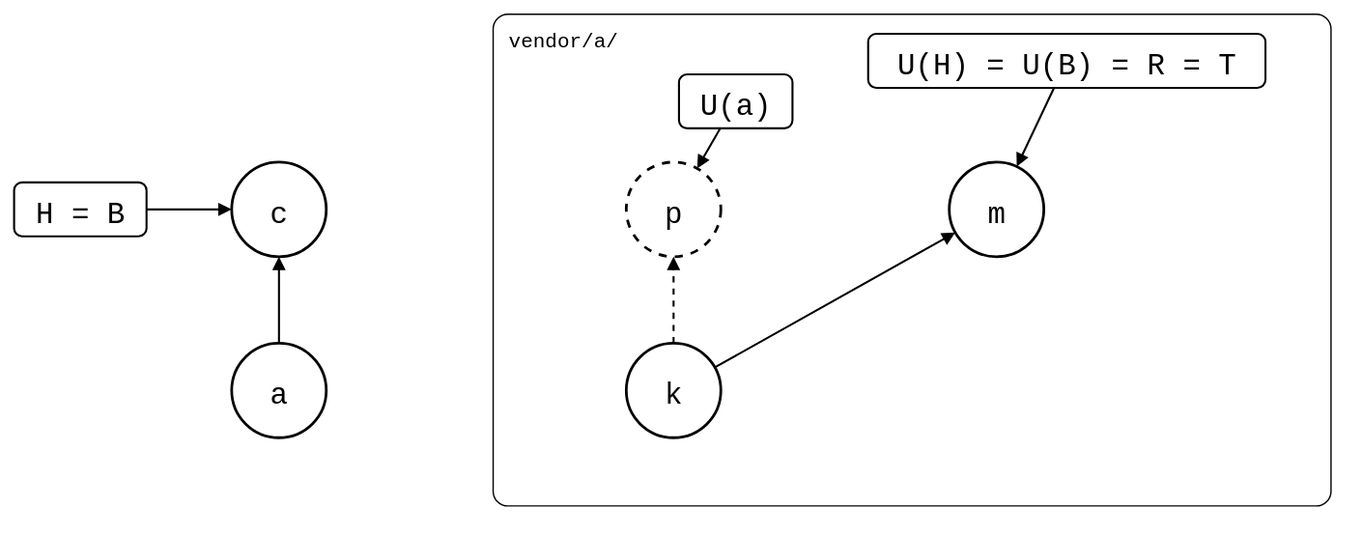
Above: test/scenarios/06-rewritten-history/04-patch-branch-rebased/02-squash-merged/pulled-on-main.drawio.svg in roschaefer/git-splice (draw.io), before the change. Source tidied: cells renumbered, new cells last; positions are measured from the earlier drawing's top-left corner, leaving out a move shared by most shapes. The source it was exported from:
```xml
<mxGraphModel background="#ffffff">
  <root>
    <mxCell id="0" />
    <mxCell id="1" parent="0" />
    <mxCell id="2" value="vendor/a/" style="rounded=1;arcSize=3;fillColor=none;strokeWidth=1;fontSize=15;verticalAlign=top;align=left;spacingLeft=10;spacingTop=4;fontFamily=Roboto Mono,monospace;" parent="1" vertex="1">
      <mxGeometry x="354" width="620" height="364" as="geometry" />
    </mxCell>
    <mxCell id="3" value="a" style="ellipse;strokeWidth=2;fontSize=22;fontFamily=Roboto Mono,monospace;" parent="1" vertex="1">
      <mxGeometry x="161" y="244" width="70" height="70" as="geometry" />
    </mxCell>
    <mxCell id="4" value="c" style="ellipse;strokeWidth=2;fontSize=22;fontFamily=Roboto Mono,monospace;" parent="1" vertex="1">
      <mxGeometry x="161" y="110" width="70" height="70" as="geometry" />
    </mxCell>
    <mxCell id="5" value="k" style="ellipse;strokeWidth=2;fontSize=22;fontFamily=Roboto Mono,monospace;" parent="1" vertex="1">
      <mxGeometry x="453" y="244" width="70" height="70" as="geometry" />
    </mxCell>
    <mxCell id="6" value="p" style="ellipse;strokeWidth=2;fontSize=22;fontFamily=Roboto Mono,monospace;dashed=1;" parent="1" vertex="1">
      <mxGeometry x="453" y="110" width="70" height="70" as="geometry" />
    </mxCell>
    <mxCell id="7" value="m" style="ellipse;strokeWidth=2;fontSize=22;fontFamily=Roboto Mono,monospace;" parent="1" vertex="1">
      <mxGeometry x="692" y="110" width="70" height="70" as="geometry" />
    </mxCell>
    <mxCell id="8" value="H = B" style="rounded=1;strokeWidth=1.5;fontSize=22;fontFamily=Roboto Mono,monospace;" parent="1" vertex="1">
      <mxGeometry y="125" width="98" height="40" as="geometry" />
    </mxCell>
    <mxCell id="9" value="U(a)" style="rounded=1;strokeWidth=1.5;fontSize=22;fontFamily=Roboto Mono,monospace;" parent="1" vertex="1">
      <mxGeometry x="492" y="45" width="84" height="40" as="geometry" />
    </mxCell>
    <mxCell id="10" value="U(H) = U(B) = R = T" style="rounded=1;strokeWidth=1.5;fontSize=22;fontFamily=Roboto Mono,monospace;" parent="1" vertex="1">
      <mxGeometry x="632" y="15" width="294" height="40" as="geometry" />
    </mxCell>
    <mxCell id="11" style="endArrow=block;endFill=1;html=1;strokeWidth=1.5;rounded=0;" parent="1" edge="1" source="3" target="4">
      <mxGeometry relative="1" as="geometry" />
    </mxCell>
    <mxCell id="12" style="endArrow=block;endFill=1;html=1;strokeWidth=1.5;rounded=0;dashed=1;" parent="1" edge="1" source="5" target="6">
      <mxGeometry relative="1" as="geometry" />
    </mxCell>
    <mxCell id="13" style="endArrow=block;endFill=1;html=1;strokeWidth=1.5;rounded=0;" parent="1" edge="1" source="5" target="7">
      <mxGeometry relative="1" as="geometry" />
    </mxCell>
    <mxCell id="14" style="endArrow=block;endFill=1;html=1;strokeWidth=1.5;rounded=0;" parent="1" edge="1" source="8" target="4">
      <mxGeometry relative="1" as="geometry" />
    </mxCell>
    <mxCell id="15" style="endArrow=block;endFill=1;html=1;strokeWidth=1.5;rounded=0;" parent="1" edge="1" source="9" target="6">
      <mxGeometry relative="1" as="geometry" />
    </mxCell>
    <mxCell id="16" style="endArrow=block;endFill=1;html=1;strokeWidth=1.5;rounded=0;" parent="1" edge="1" source="10" target="7">
      <mxGeometry relative="1" as="geometry" />
    </mxCell>
  </root>
</mxGraphModel>
```
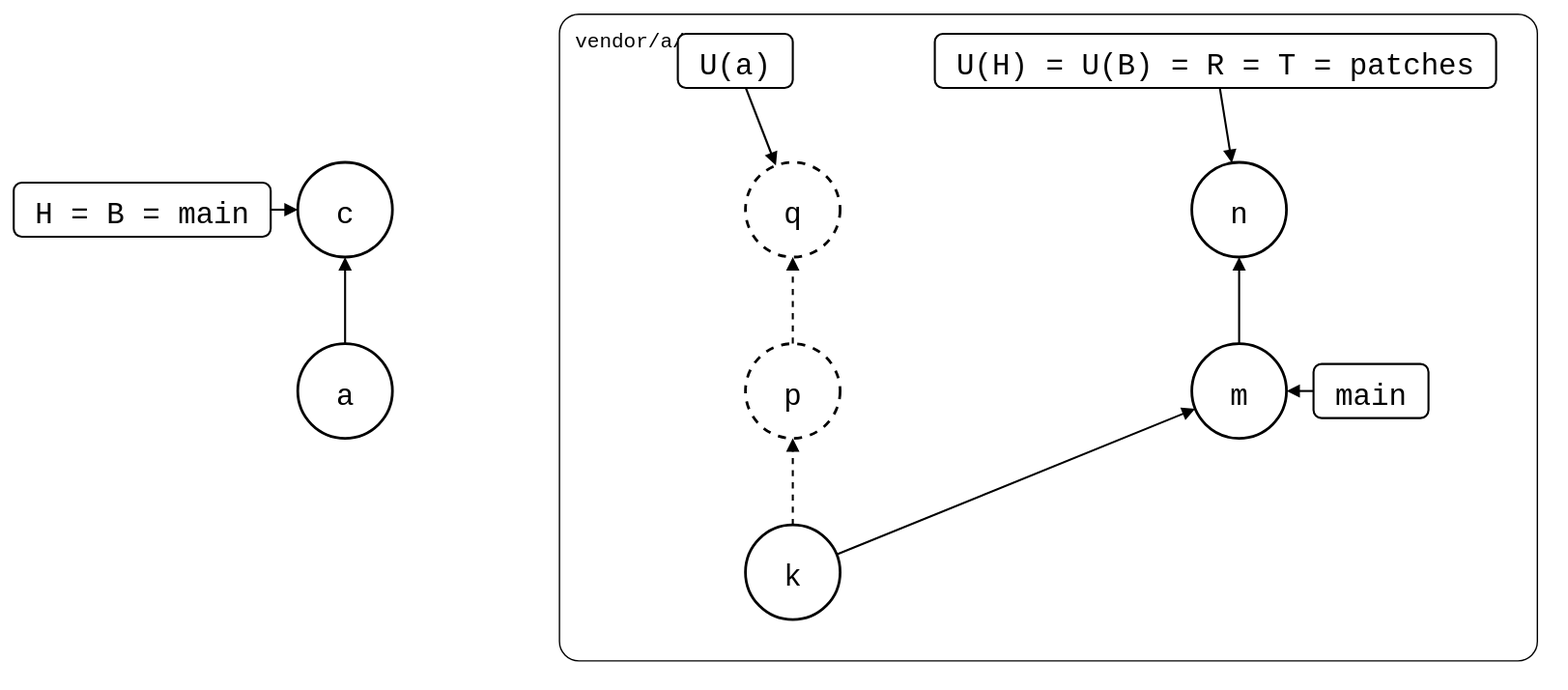
The same diagram one commit later.

Commit message:
test(scenarios): rebase a patch branch with two patches, branches named

Change to the diagram source:
```diff
@@ -3,49 +3,67 @@
     <mxCell id="0" />
     <mxCell id="1" parent="0" />
     <mxCell id="2" value="vendor/a/" style="rounded=1;arcSize=3;fillColor=none;strokeWidth=1;fontSize=15;verticalAlign=top;align=left;spacingLeft=10;spacingTop=4;fontFamily=Roboto Mono,monospace;" parent="1" vertex="1">
-      <mxGeometry x="354" width="620" height="364" as="geometry" />
+      <mxGeometry x="354" width="723" height="478" as="geometry" />
     </mxCell>
+    <mxCell id="5" value="k" style="ellipse;strokeWidth=2;fontSize=22;fontFamily=Roboto Mono,monospace;" parent="1" vertex="1">
+      <mxGeometry x="492" y="378" width="70" height="70" as="geometry" />
+    </mxCell>
+    <mxCell id="6" value="p" style="ellipse;strokeWidth=2;fontSize=22;fontFamily=Roboto Mono,monospace;dashed=1;" parent="1" vertex="1">
+      <mxGeometry x="492" y="244" width="70" height="70" as="geometry" />
+    </mxCell>
+    <mxCell id="17" value="q" style="ellipse;strokeWidth=2;fontSize=22;fontFamily=Roboto Mono,monospace;dashed=1;" parent="1" vertex="1">
+      <mxGeometry x="492" y="110" width="70" height="70" as="geometry" />
+    </mxCell>
+    <mxCell id="7" value="m" style="ellipse;strokeWidth=2;fontSize=22;fontFamily=Roboto Mono,monospace;" parent="1" vertex="1">
+      <mxGeometry x="822" y="244" width="70" height="70" as="geometry" />
+    </mxCell>
+    <mxCell id="18" value="n" style="ellipse;strokeWidth=2;fontSize=22;fontFamily=Roboto Mono,monospace;" parent="1" vertex="1">
+      <mxGeometry x="822" y="110" width="70" height="70" as="geometry" />
+    </mxCell>
     <mxCell id="3" value="a" style="ellipse;strokeWidth=2;fontSize=22;fontFamily=Roboto Mono,monospace;" parent="1" vertex="1">
       <mxGeometry x="161" y="244" width="70" height="70" as="geometry" />
     </mxCell>
     <mxCell id="4" value="c" style="ellipse;strokeWidth=2;fontSize=22;fontFamily=Roboto Mono,monospace;" parent="1" vertex="1">
       <mxGeometry x="161" y="110" width="70" height="70" as="geometry" />
     </mxCell>
-    <mxCell id="5" value="k" style="ellipse;strokeWidth=2;fontSize=22;fontFamily=Roboto Mono,monospace;" parent="1" vertex="1">
-      <mxGeometry x="453" y="244" width="70" height="70" as="geometry" />
-    </mxCell>
-    <mxCell id="6" value="p" style="ellipse;strokeWidth=2;fontSize=22;fontFamily=Roboto Mono,monospace;dashed=1;" parent="1" vertex="1">
-      <mxGeometry x="453" y="110" width="70" height="70" as="geometry" />
-    </mxCell>
-    <mxCell id="7" value="m" style="ellipse;strokeWidth=2;fontSize=22;fontFamily=Roboto Mono,monospace;" parent="1" vertex="1">
-      <mxGeometry x="692" y="110" width="70" height="70" as="geometry" />
-    </mxCell>
-    <mxCell id="8" value="H = B" style="rounded=1;strokeWidth=1.5;fontSize=22;fontFamily=Roboto Mono,monospace;" parent="1" vertex="1">
-      <mxGeometry y="125" width="98" height="40" as="geometry" />
+    <mxCell id="8" value="H = B = main" style="rounded=1;strokeWidth=1.5;fontSize=22;fontFamily=Roboto Mono,monospace;" parent="1" vertex="1">
+      <mxGeometry x="-49" y="125" width="190" height="40" as="geometry" />
     </mxCell>
     <mxCell id="9" value="U(a)" style="rounded=1;strokeWidth=1.5;fontSize=22;fontFamily=Roboto Mono,monospace;" parent="1" vertex="1">
-      <mxGeometry x="492" y="45" width="84" height="40" as="geometry" />
+      <mxGeometry x="442" y="15" width="85" height="40" as="geometry" />
     </mxCell>
-    <mxCell id="10" value="U(H) = U(B) = R = T" style="rounded=1;strokeWidth=1.5;fontSize=22;fontFamily=Roboto Mono,monospace;" parent="1" vertex="1">
-      <mxGeometry x="632" y="15" width="294" height="40" as="geometry" />
+    <mxCell id="10" value="U(H) = U(B) = R = T = patches" style="rounded=1;strokeWidth=1.5;fontSize=22;fontFamily=Roboto Mono,monospace;" parent="1" vertex="1">
+      <mxGeometry x="632" y="15" width="415" height="40" as="geometry" />
     </mxCell>
+    <mxCell id="19" value="main" style="rounded=1;strokeWidth=1.5;fontSize=22;fontFamily=Roboto Mono,monospace;" parent="1" vertex="1">
+      <mxGeometry x="912" y="259" width="85" height="40" as="geometry" />
+    </mxCell>
-    <mxCell id="11" style="endArrow=block;endFill=1;html=1;strokeWidth=1.5;rounded=0;" parent="1" edge="1" source="3" target="4">
+    <mxCell id="11" style="endArrow=block;endFill=1;html=1;strokeWidth=1.5;rounded=0;dashed=1;" parent="1" edge="1" source="5" target="6">
       <mxGeometry relative="1" as="geometry" />
     </mxCell>
-    <mxCell id="12" style="endArrow=block;endFill=1;html=1;strokeWidth=1.5;rounded=0;dashed=1;" parent="1" edge="1" source="5" target="6">
+    <mxCell id="12" style="endArrow=block;endFill=1;html=1;strokeWidth=1.5;rounded=0;dashed=1;" parent="1" edge="1" source="6" target="17">
       <mxGeometry relative="1" as="geometry" />
     </mxCell>
     <mxCell id="13" style="endArrow=block;endFill=1;html=1;strokeWidth=1.5;rounded=0;" parent="1" edge="1" source="5" target="7">
       <mxGeometry relative="1" as="geometry" />
     </mxCell>
-    <mxCell id="14" style="endArrow=block;endFill=1;html=1;strokeWidth=1.5;rounded=0;" parent="1" edge="1" source="8" target="4">
+    <mxCell id="14" style="endArrow=block;endFill=1;html=1;strokeWidth=1.5;rounded=0;" parent="1" edge="1" source="7" target="18">
       <mxGeometry relative="1" as="geometry" />
     </mxCell>
-    <mxCell id="15" style="endArrow=block;endFill=1;html=1;strokeWidth=1.5;rounded=0;" parent="1" edge="1" source="9" target="6">
+    <mxCell id="15" style="endArrow=block;endFill=1;html=1;strokeWidth=1.5;rounded=0;" parent="1" edge="1" source="3" target="4">
       <mxGeometry relative="1" as="geometry" />
     </mxCell>
-    <mxCell id="16" style="endArrow=block;endFill=1;html=1;strokeWidth=1.5;rounded=0;" parent="1" edge="1" source="10" target="7">
+    <mxCell id="16" style="endArrow=block;endFill=1;html=1;strokeWidth=1.5;rounded=0;" parent="1" edge="1" source="8" target="4">
       <mxGeometry relative="1" as="geometry" />
     </mxCell>
+    <mxCell id="20" style="endArrow=block;endFill=1;html=1;strokeWidth=1.5;rounded=0;" parent="1" edge="1" source="9" target="17">
+      <mxGeometry relative="1" as="geometry" />
+    </mxCell>
+    <mxCell id="21" style="endArrow=block;endFill=1;html=1;strokeWidth=1.5;rounded=0;" parent="1" edge="1" source="10" target="18">
+      <mxGeometry relative="1" as="geometry" />
+    </mxCell>
+    <mxCell id="22" style="endArrow=block;endFill=1;html=1;strokeWidth=1.5;rounded=0;" parent="1" edge="1" source="19" target="7">
+      <mxGeometry relative="1" as="geometry" />
+    </mxCell>
   </root>
 </mxGraphModel>
```
